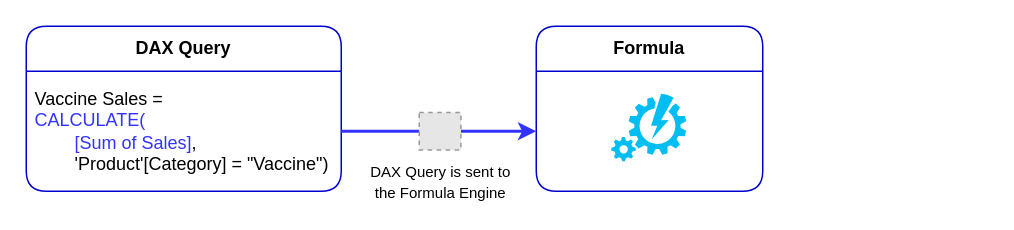
Before: Training/dax_query_evaluation.drawio in myzhuyue/AI_Power_Studio, a draw.io diagram. Source tidied: cells renumbered, new cells numbered last; positions are measured from the earlier drawing's top-left corner, leaving out a move shared by most shapes. Both pictures are drawn from the tidied source at 150%, with x=0, y=0 at pixel (26, 26). Pictures stored in the file or linked from it are replaced by grey dashed boxes.
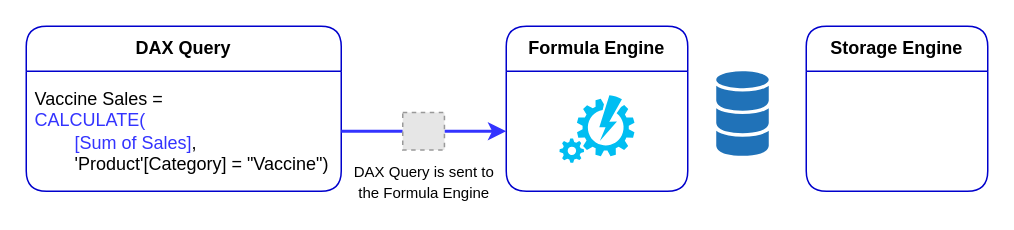
The same page after the edit.

The edit, as a diff of the source:
```diff
@@
 <mxGraphModel>
   <root>
     <mxCell id="0" />
     <mxCell id="1" parent="0" />
     <mxCell id="2" value="&lt;b&gt;DAX Query&lt;/b&gt;" style="swimlane;fontStyle=0;horizontal=1;startSize=30;whiteSpace=wrap;html=1;rounded=1;strokeColor=#0000CC;" parent="1" vertex="1">
       <mxGeometry width="210" height="110" as="geometry" />
     </mxCell>
     <mxCell id="3" value="Vaccine Sales =&amp;nbsp;&lt;div&gt;&lt;span style=&quot;color: rgb(51, 51, 255);&quot;&gt;CALCULATE(&lt;/span&gt;&lt;/div&gt;&lt;div&gt;&lt;span style=&quot;color: rgb(51, 51, 255);&quot;&gt;&amp;nbsp; &amp;nbsp; &amp;nbsp; &amp;nbsp; [Sum of Sales]&lt;/span&gt;,&lt;/div&gt;&lt;div&gt;&amp;nbsp; &amp;nbsp; &amp;nbsp; &amp;nbsp; 'Product'[Category] = &quot;Vaccine&quot;)&lt;/div&gt;" style="text;strokeColor=none;fillColor=none;align=left;verticalAlign=middle;spacingLeft=4;spacingRight=4;overflow=hidden;points=[[0,0.5],[1,0.5]];portConstraint=eastwest;whiteSpace=wrap;html=1;" parent="2" vertex="1">
       <mxGeometry y="30" width="210" height="80" as="geometry" />
     </mxCell>
-    <mxCell id="4" value="&lt;b&gt;Formula&lt;/b&gt;" style="swimlane;fontStyle=0;horizontal=1;startSize=30;whiteSpace=wrap;html=1;rounded=1;strokeColor=#0000CC;" parent="1" vertex="1">
-      <mxGeometry x="340" width="151" height="110" as="geometry" />
+    <mxCell id="4" value="&lt;b&gt;Formula Engine&lt;/b&gt;" style="swimlane;fontStyle=0;horizontal=1;startSize=30;whiteSpace=wrap;html=1;rounded=1;strokeColor=#0000CC;" parent="1" vertex="1">
+      <mxGeometry x="320" width="121" height="110" as="geometry" />
     </mxCell>
     <mxCell id="5" style="verticalLabelPosition=bottom;html=1;verticalAlign=top;align=center;strokeColor=none;fillColor=#00BEF2;shape=mxgraph.azure.automation;" parent="1" vertex="1">
-      <mxGeometry x="390" y="45" width="50" height="45" as="geometry" />
+      <mxGeometry x="355.5" y="46" width="50" height="45" as="geometry" />
     </mxCell>
     <mxCell id="6" style="edgeStyle=orthogonalEdgeStyle;rounded=0;jettySize=auto;html=1;strokeWidth=2;strokeColor=#3333FF;" parent="1" edge="1" source="8">
       <mxGeometry relative="1" as="geometry">
-        <mxPoint x="340" y="70" as="targetPoint" />
+        <mxPoint x="320" y="70" as="targetPoint" />
       </mxGeometry>
     </mxCell>
     <mxCell id="7" style="edgeStyle=orthogonalEdgeStyle;rounded=0;jettySize=auto;html=1;strokeWidth=2;strokeColor=#3333FF;endArrow=none;endFill=0;" parent="1" edge="1" source="3" target="8">
       <mxGeometry relative="1" as="geometry" />
     </mxCell>
     <mxCell id="8" value="&lt;span style=&quot;color: rgb(0, 0, 0);&quot;&gt;&lt;font style=&quot;font-size: 10px;&quot;&gt;DAX Query is sent to&lt;/font&gt;&lt;/span&gt;&lt;div&gt;&lt;span style=&quot;color: rgb(0, 0, 0);&quot;&gt;&lt;font style=&quot;font-size: 10px;&quot;&gt;the Formula Engine&lt;/font&gt;&lt;/span&gt;&lt;/div&gt;" style="fillColor=#E6E6E6;strokeColor=#999999;dashed=1;html=1;verticalAlign=top;verticalLabelPosition=bottom;labelBackgroundColor=#ffffff;fontColor=#3333FF;" parent="1" vertex="1">
-      <mxGeometry x="262" y="57.5" width="27.8" height="25" as="geometry" />
+      <mxGeometry x="251" y="57.5" width="27.8" height="25" as="geometry" />
     </mxCell>
+    <mxCell id="9" value="&lt;b&gt;Storage Engine&lt;/b&gt;" style="swimlane;fontStyle=0;horizontal=1;startSize=30;whiteSpace=wrap;html=1;rounded=1;strokeColor=#0000CC;" parent="1" vertex="1">
+      <mxGeometry x="520" width="121" height="110" as="geometry" />
+    </mxCell>
+    <mxCell id="10" style="sketch=0;shadow=0;dashed=0;html=1;strokeColor=none;labelPosition=center;verticalLabelPosition=bottom;verticalAlign=top;align=center;shape=mxgraph.office.databases.database_mini_3;fillColor=#2072B8;" parent="1" vertex="1">
+      <mxGeometry x="460" y="30" width="35" height="57" as="geometry" />
+    </mxCell>
   </root>
 </mxGraphModel>
```
